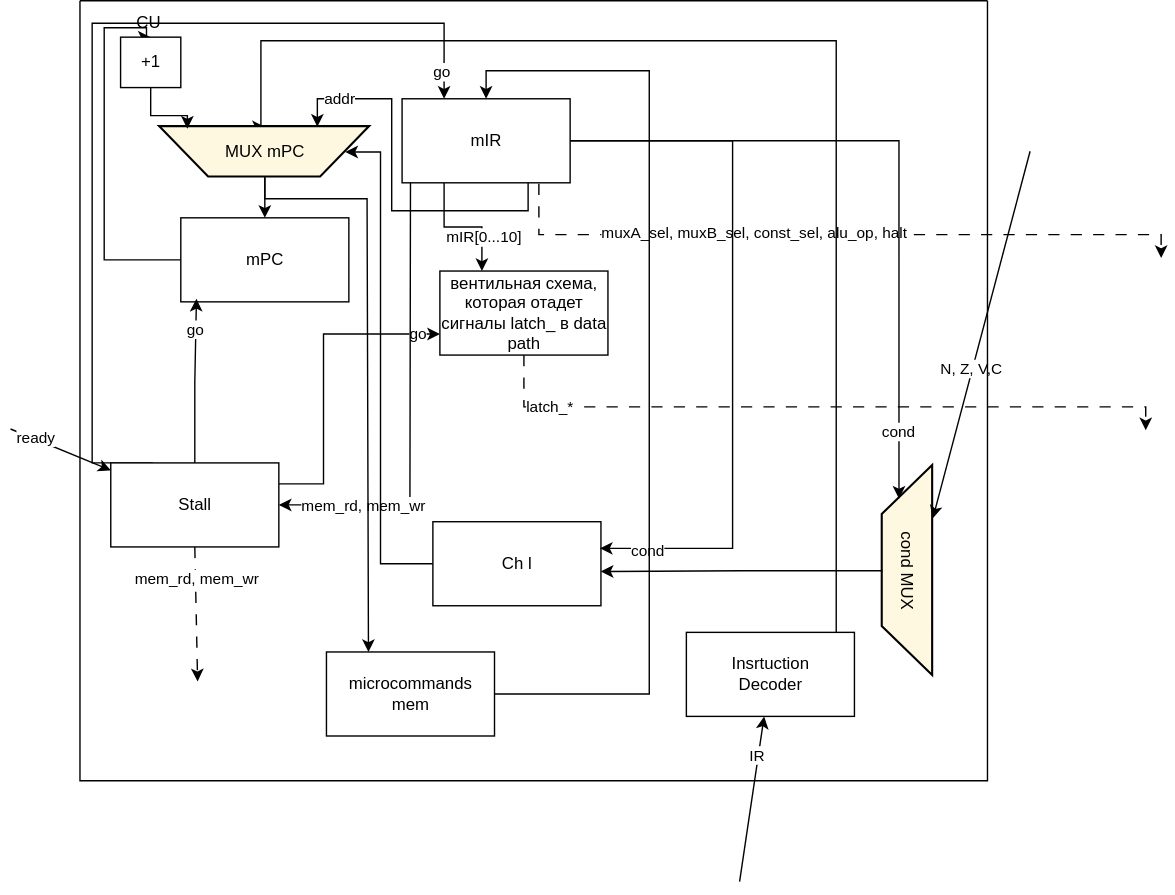
This is docs/scheme-Page-2.drawio.svg from MKoblents/mz, a draw.io export, as it was before one commit. Source tidied: cells renumbered, new cells last; positions are measured from the earlier drawing's top-left corner, leaving out a move shared by most shapes. Its diagram source:
```xml
<mxGraphModel>
  <root>
    <mxCell id="0" />
    <mxCell id="1" parent="0" />
    <mxCell id="2" style="swimlane;startSize=0;" parent="1" vertex="1">
      <mxGeometry x="49.6" width="648" height="557" as="geometry" />
    </mxCell>
    <mxCell id="3" style="edgeStyle=orthogonalEdgeStyle;rounded=0;jettySize=auto;html=1;entryX=0.5;entryY=0;entryDx=0;entryDy=0;defaultLabelBackgroundColor=page;" parent="2" edge="1" source="4" target="18">
      <mxGeometry x="0.15" relative="1" as="geometry">
        <Array as="points">
          <mxPoint x="17.3" y="185" />
          <mxPoint x="17.3" y="19.3" />
          <mxPoint x="47.5" y="19.3" />
          <mxPoint x="47.5" y="26" />
        </Array>
      </mxGeometry>
    </mxCell>
    <mxCell id="4" value="mPC" style="rounded=0;whiteSpace=wrap;html=1;" parent="2" vertex="1">
      <mxGeometry x="72" y="155" width="120" height="60" as="geometry" />
    </mxCell>
    <mxCell id="5" style="edgeStyle=orthogonalEdgeStyle;rounded=0;jettySize=auto;html=1;entryX=0.5;entryY=0;entryDx=0;entryDy=0;defaultLabelBackgroundColor=page;" parent="2" edge="1" source="6" target="13">
      <mxGeometry x="-0.29" relative="1" as="geometry">
        <Array as="points">
          <mxPoint x="406.5" y="495" />
          <mxPoint x="406.5" y="50" />
          <mxPoint x="290" y="50" />
        </Array>
      </mxGeometry>
    </mxCell>
    <mxCell id="6" value="microcommands mem" style="rounded=0;whiteSpace=wrap;html=1;" parent="2" vertex="1">
      <mxGeometry x="176" y="465" width="120" height="60" as="geometry" />
    </mxCell>
    <mxCell id="7" style="edgeStyle=orthogonalEdgeStyle;rounded=0;jettySize=auto;html=1;exitX=0.75;exitY=1;exitDx=0;exitDy=0;entryX=0.75;entryY=0;entryDx=0;entryDy=0;defaultLabelBackgroundColor=page;" parent="2" edge="1" source="13" target="17">
      <mxGeometry relative="1" as="geometry">
        <Array as="points">
          <mxPoint x="320" y="150" />
          <mxPoint x="222.6" y="150" />
          <mxPoint x="222.6" y="70" />
          <mxPoint x="169.5" y="70" />
        </Array>
      </mxGeometry>
    </mxCell>
    <mxCell id="8" value="addr" style="edgeLabel;html=1;align=center;verticalAlign=middle;inheritText=1;defaultLabelBackgroundColor=page;" parent="7" vertex="1">
      <mxGeometry x="0.74" y="-1" relative="1" as="geometry" />
    </mxCell>
    <mxCell id="9" style="edgeStyle=orthogonalEdgeStyle;rounded=0;jettySize=auto;html=1;exitX=0.05;exitY=1.024;exitDx=0;exitDy=0;entryX=1;entryY=0.5;entryDx=0;entryDy=0;defaultLabelBackgroundColor=page;exitPerimeter=0;" parent="2" edge="1" source="13" target="33">
      <mxGeometry x="0.04" relative="1" as="geometry">
        <Array as="points">
          <mxPoint x="236" y="130" />
          <mxPoint x="235.6" y="272" />
        </Array>
      </mxGeometry>
    </mxCell>
    <mxCell id="10" value="mem_rd, mem_wr" style="edgeLabel;html=1;align=center;verticalAlign=middle;inheritText=1;defaultLabelBackgroundColor=page;" parent="9" vertex="1">
      <mxGeometry x="0.89" y="-1" relative="1" as="geometry">
        <mxPoint x="42" y="1" as="offset" />
      </mxGeometry>
    </mxCell>
    <mxCell id="11" style="edgeStyle=orthogonalEdgeStyle;rounded=0;jettySize=auto;html=1;exitX=0.25;exitY=1;exitDx=0;exitDy=0;entryX=0.25;entryY=0;entryDx=0;entryDy=0;defaultLabelBackgroundColor=page;" parent="2" edge="1" source="13" target="36">
      <mxGeometry relative="1" as="geometry" />
    </mxCell>
    <mxCell id="12" value="mIR[0...10]" style="edgeLabel;html=1;align=center;verticalAlign=middle;inheritText=1;defaultLabelBackgroundColor=page;" parent="11" vertex="1">
      <mxGeometry x="0.45" y="1" relative="1" as="geometry" />
    </mxCell>
    <mxCell id="13" value="mIR" style="rounded=0;whiteSpace=wrap;html=1;" parent="2" vertex="1">
      <mxGeometry x="230" y="70" width="120" height="60" as="geometry" />
    </mxCell>
    <mxCell id="14" style="edgeStyle=orthogonalEdgeStyle;rounded=0;jettySize=auto;html=1;entryX=0.5;entryY=0;entryDx=0;entryDy=0;defaultLabelBackgroundColor=page;" parent="2" edge="1" source="15" target="17">
      <mxGeometry x="-0.09" relative="1" as="geometry">
        <Array as="points">
          <mxPoint x="540" y="28.6" />
          <mxPoint x="129.2" y="28.6" />
          <mxPoint x="129.2" y="90" />
        </Array>
      </mxGeometry>
    </mxCell>
    <mxCell id="15" value="Insrtuction&lt;br&gt;Decoder" style="rounded=0;whiteSpace=wrap;html=1;" parent="2" vertex="1">
      <mxGeometry x="433" y="451" width="120" height="60" as="geometry" />
    </mxCell>
    <mxCell id="16" style="edgeStyle=orthogonalEdgeStyle;rounded=0;jettySize=auto;html=1;entryX=0.5;entryY=0;entryDx=0;entryDy=0;defaultLabelBackgroundColor=page;" parent="2" edge="1" source="17" target="4">
      <mxGeometry relative="1" as="geometry" />
    </mxCell>
    <mxCell id="17" value="MUX mPC" style="shape=trapezoid;perimeter=trapezoidPerimeter;whiteSpace=wrap;html=1;fixedSize=1;flipV=1;size=35;fillColor=#FFF8E1;strokeColor=#000000;strokeWidth=1.5;" parent="2" vertex="1">
      <mxGeometry x="57" y="90" width="150" height="36" as="geometry" />
    </mxCell>
    <mxCell id="18" value="+1" style="rounded=0;whiteSpace=wrap;html=1;" parent="2" vertex="1">
      <mxGeometry x="29" y="26" width="43" height="36" as="geometry" />
    </mxCell>
    <mxCell id="19" style="edgeStyle=orthogonalEdgeStyle;rounded=0;jettySize=auto;html=1;entryX=0.131;entryY=0.963;entryDx=0;entryDy=0;entryPerimeter=0;defaultLabelBackgroundColor=page;" parent="2" edge="1" source="18" target="17">
      <mxGeometry relative="1" as="geometry" />
    </mxCell>
    <mxCell id="20" style="edgeStyle=orthogonalEdgeStyle;rounded=0;jettySize=auto;html=1;entryX=0.25;entryY=0;entryDx=0;entryDy=0;defaultLabelBackgroundColor=page;" parent="2" edge="1" source="17" target="6">
      <mxGeometry x="0.04" relative="1" as="geometry">
        <Array as="points">
          <mxPoint x="132" y="141.4" />
          <mxPoint x="205" y="141.4" />
        </Array>
      </mxGeometry>
    </mxCell>
    <mxCell id="21" value="cond MUX" style="shape=trapezoid;perimeter=trapezoidPerimeter;whiteSpace=wrap;html=1;fixedSize=1;flipV=1;size=35;fillColor=#FFF8E1;strokeColor=#000000;strokeWidth=1.5;rotation=90;" parent="2" vertex="1">
      <mxGeometry x="516" y="389" width="150" height="36" as="geometry" />
    </mxCell>
    <mxCell id="22" style="edgeStyle=orthogonalEdgeStyle;rounded=0;jettySize=auto;html=1;entryX=0;entryY=0.75;entryDx=0;entryDy=0;defaultLabelBackgroundColor=page;" parent="2" edge="1" source="13" target="21">
      <mxGeometry x="0.18" relative="1" as="geometry" />
    </mxCell>
    <mxCell id="23" value="cond" style="edgeLabel;html=1;align=center;verticalAlign=middle;inheritText=1;defaultLabelBackgroundColor=page;" parent="22" vertex="1">
      <mxGeometry x="0.8" y="-1" relative="1" as="geometry" />
    </mxCell>
    <mxCell id="24" style="edgeStyle=orthogonalEdgeStyle;rounded=0;jettySize=auto;html=1;entryX=1;entryY=0.5;entryDx=0;entryDy=0;defaultLabelBackgroundColor=page;" parent="2" edge="1" source="25" target="17">
      <mxGeometry x="-0.03" relative="1" as="geometry">
        <Array as="points">
          <mxPoint x="214.6" y="402" />
          <mxPoint x="214.6" y="108" />
        </Array>
      </mxGeometry>
    </mxCell>
    <mxCell id="25" value="Ch l" style="rounded=0;whiteSpace=wrap;html=1;" parent="2" vertex="1">
      <mxGeometry x="252" y="372" width="120" height="60" as="geometry" />
    </mxCell>
    <mxCell id="26" style="edgeStyle=orthogonalEdgeStyle;rounded=0;jettySize=auto;html=1;exitX=0.5;exitY=1;exitDx=0;exitDy=0;entryX=0.999;entryY=0.592;entryDx=0;entryDy=0;entryPerimeter=0;defaultLabelBackgroundColor=page;" parent="2" edge="1" source="21" target="25">
      <mxGeometry relative="1" as="geometry" />
    </mxCell>
    <mxCell id="27" style="edgeStyle=orthogonalEdgeStyle;rounded=0;jettySize=auto;html=1;entryX=0.994;entryY=0.317;entryDx=0;entryDy=0;entryPerimeter=0;defaultLabelBackgroundColor=page;" parent="2" edge="1" source="13" target="25">
      <mxGeometry x="0.06" relative="1" as="geometry">
        <Array as="points">
          <mxPoint x="466" y="100" />
          <mxPoint x="466" y="391" />
        </Array>
      </mxGeometry>
    </mxCell>
    <mxCell id="28" value="cond" style="edgeLabel;html=1;align=center;verticalAlign=middle;inheritText=1;defaultLabelBackgroundColor=page;" parent="27" vertex="1">
      <mxGeometry x="0.87" y="1" relative="1" as="geometry" />
    </mxCell>
    <mxCell id="29" style="edgeStyle=orthogonalEdgeStyle;rounded=0;jettySize=auto;html=1;exitX=0.25;exitY=0;exitDx=0;exitDy=0;entryX=0.25;entryY=0;entryDx=0;entryDy=0;defaultLabelBackgroundColor=page;" parent="2" edge="1" source="33" target="13">
      <mxGeometry x="-0.12" relative="1" as="geometry">
        <Array as="points">
          <mxPoint x="8.7" y="330" />
          <mxPoint x="8.7" y="16.1" />
          <mxPoint x="260" y="16.1" />
        </Array>
      </mxGeometry>
    </mxCell>
    <mxCell id="30" value="go" style="edgeLabel;html=1;align=center;verticalAlign=middle;inheritText=1;defaultLabelBackgroundColor=page;" parent="29" vertex="1">
      <mxGeometry x="0.94" y="-2" relative="1" as="geometry" />
    </mxCell>
    <mxCell id="31" style="edgeStyle=orthogonalEdgeStyle;rounded=0;jettySize=auto;html=1;exitX=1;exitY=0.25;exitDx=0;exitDy=0;entryX=0;entryY=0.75;entryDx=0;entryDy=0;defaultLabelBackgroundColor=page;" parent="2" edge="1" source="33" target="36">
      <mxGeometry relative="1" as="geometry">
        <Array as="points">
          <mxPoint x="173.9" y="345" />
          <mxPoint x="173.9" y="238" />
        </Array>
      </mxGeometry>
    </mxCell>
    <mxCell id="32" value="go" style="edgeLabel;html=1;align=center;verticalAlign=middle;inheritText=1;defaultLabelBackgroundColor=page;" parent="31" vertex="1">
      <mxGeometry x="0.85" y="1" relative="1" as="geometry" />
    </mxCell>
    <mxCell id="33" value="Stall" style="rounded=0;whiteSpace=wrap;html=1;" parent="2" vertex="1">
      <mxGeometry x="22" y="330" width="120" height="60" as="geometry" />
    </mxCell>
    <mxCell id="34" style="edgeStyle=orthogonalEdgeStyle;rounded=0;jettySize=auto;html=1;defaultLabelBackgroundColor=page;strokeColor=light-dark(#000000,#0000CC);dashed=1;dashPattern=8 8;" parent="2" edge="1" source="36">
      <mxGeometry relative="1" as="geometry">
        <mxPoint x="761" y="306.7" as="targetPoint" />
        <Array as="points">
          <mxPoint x="317" y="290" />
          <mxPoint x="761" y="290" />
        </Array>
      </mxGeometry>
    </mxCell>
    <mxCell id="35" value="latch_*" style="edgeLabel;html=1;align=center;verticalAlign=middle;inheritText=1;defaultLabelBackgroundColor=page;" parent="34" vertex="1">
      <mxGeometry x="-0.78" y="1" relative="1" as="geometry" />
    </mxCell>
    <mxCell id="36" value="вентильная схема, которая отадет сигналы latch_ в data path" style="rounded=0;whiteSpace=wrap;html=1;" parent="2" vertex="1">
      <mxGeometry x="257" y="193" width="120" height="60" as="geometry" />
    </mxCell>
    <mxCell id="37" style="edgeStyle=orthogonalEdgeStyle;rounded=0;jettySize=auto;html=1;entryX=0.093;entryY=0.964;entryDx=0;entryDy=0;entryPerimeter=0;defaultLabelBackgroundColor=page;" parent="2" edge="1" source="33" target="4">
      <mxGeometry relative="1" as="geometry" />
    </mxCell>
    <mxCell id="38" value="go" style="edgeLabel;html=1;align=center;verticalAlign=middle;inheritText=1;defaultLabelBackgroundColor=page;" parent="37" vertex="1">
      <mxGeometry x="0.63" y="1" relative="1" as="geometry" />
    </mxCell>
    <mxCell id="39" style="edgeStyle=orthogonalEdgeStyle;rounded=0;jettySize=auto;html=1;defaultLabelBackgroundColor=page;strokeColor=light-dark(#000000,#0000CC);dashed=1;dashPattern=8 8;exitX=0.814;exitY=1.012;exitDx=0;exitDy=0;exitPerimeter=0;" parent="2" edge="1" source="13">
      <mxGeometry relative="1" as="geometry">
        <mxPoint x="772" y="183.7" as="targetPoint" />
        <Array as="points">
          <mxPoint x="327.7" y="167" />
          <mxPoint x="772" y="167" />
        </Array>
      </mxGeometry>
    </mxCell>
    <mxCell id="40" value="&lt;p&gt;muxA_sel,&amp;nbsp;&lt;span style=&quot;background-color: transparent;&quot;&gt;muxB_sel, const_sel, alu_op, halt&lt;/span&gt;&lt;/p&gt;" style="edgeLabel;html=1;align=center;verticalAlign=middle;inheritText=fontFamily,fontSize,fontStyle,textOpacity,labelBorderColor,labelBorderWidth,labelBackgroundColor,defaultLabelBackgroundColor,labelPadding;defaultLabelBackgroundColor=page;fontColor=light-dark(#000000,#FFD966);" parent="39" vertex="1">
      <mxGeometry x="-0.78" y="1" relative="1" as="geometry">
        <mxPoint x="134" y="-1" as="offset" />
      </mxGeometry>
    </mxCell>
    <mxCell id="41" style="endArrow=classic;html=1;rounded=0;defaultLabelBackgroundColor=page;exitX=0.5;exitY=1;exitDx=0;exitDy=0;dashed=1;dashPattern=8 8;strokeColor=light-dark(#000000,#0000CC);" parent="2" edge="1" source="33">
      <mxGeometry relative="1" as="geometry">
        <mxPoint x="84" y="486" as="targetPoint" />
      </mxGeometry>
    </mxCell>
    <mxCell id="42" value="mem_rd, mem_wr" style="edgeLabel;html=1;align=center;verticalAlign=middle;inheritText=fontFamily,fontSize,fontStyle,textOpacity,labelBorderColor,labelBorderWidth,labelBackgroundColor,defaultLabelBackgroundColor,labelPadding;defaultLabelBackgroundColor=page;fontColor=light-dark(#000000,#FFD966);" parent="41" vertex="1">
      <mxGeometry x="-0.52" relative="1" as="geometry" />
    </mxCell>
    <mxCell id="43" style="endArrow=classic;html=1;rounded=0;defaultLabelBackgroundColor=page;" parent="1" edge="1" target="15">
      <mxGeometry relative="1" as="geometry">
        <mxPoint x="520.6" y="629" as="sourcePoint" />
      </mxGeometry>
    </mxCell>
    <mxCell id="44" value="IR" style="edgeLabel;html=1;align=center;verticalAlign=middle;inheritText=1;defaultLabelBackgroundColor=page;" parent="43" vertex="1">
      <mxGeometry x="0.53" y="1" relative="1" as="geometry" />
    </mxCell>
    <mxCell id="45" style="endArrow=classic;html=1;rounded=0;defaultLabelBackgroundColor=page;entryX=0.25;entryY=0;entryDx=0;entryDy=0;" parent="1" edge="1" target="21">
      <mxGeometry relative="1" as="geometry">
        <mxPoint x="728" y="107.5" as="sourcePoint" />
      </mxGeometry>
    </mxCell>
    <mxCell id="46" value="N, Z, V,C" style="edgeLabel;html=1;align=center;verticalAlign=middle;inheritText=1;defaultLabelBackgroundColor=page;" parent="45" vertex="1">
      <mxGeometry x="0.19" y="-1" relative="1" as="geometry" />
    </mxCell>
    <mxCell id="47" style="endArrow=classic;html=1;rounded=0;defaultLabelBackgroundColor=page;" parent="1" edge="1" target="33">
      <mxGeometry relative="1" as="geometry">
        <mxPoint y="305.8" as="sourcePoint" />
      </mxGeometry>
    </mxCell>
    <mxCell id="48" value="ready" style="edgeLabel;html=1;align=center;verticalAlign=middle;inheritText=1;defaultLabelBackgroundColor=page;" parent="47" vertex="1">
      <mxGeometry x="-0.54" y="1" relative="1" as="geometry" />
    </mxCell>
    <mxCell id="49" value="CU" style="text;html=1;whiteSpace=wrap;strokeColor=none;fillColor=none;align=center;verticalAlign=middle;rounded=0;" parent="1" vertex="1">
      <mxGeometry x="68.6" y="1" width="60" height="30" as="geometry" />
    </mxCell>
  </root>
</mxGraphModel>
```
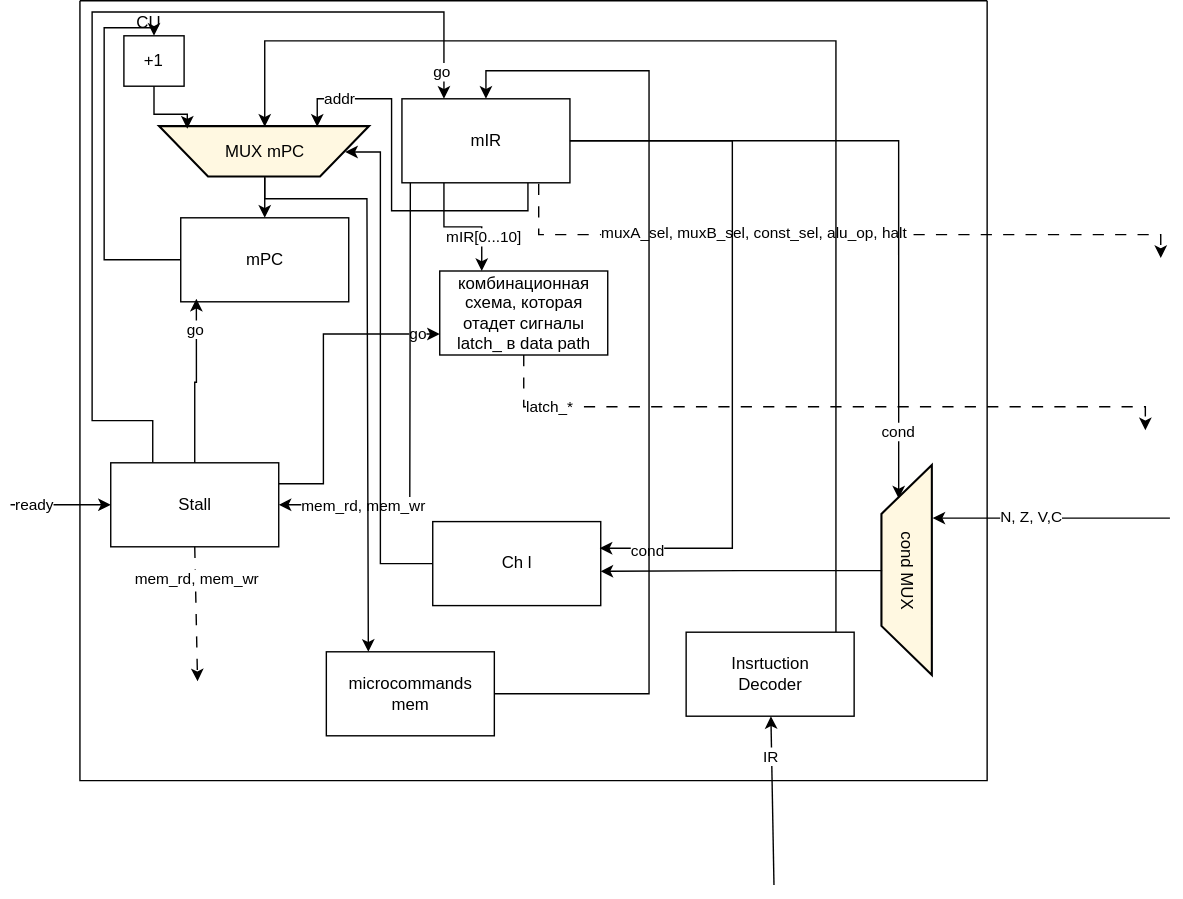
After the commit.

Commit message:
scheme corrected

Change to the diagram source:
```diff
@@ -10,8 +10,7 @@
         <Array as="points">
           <mxPoint x="17.3" y="185" />
           <mxPoint x="17.3" y="19.3" />
-          <mxPoint x="47.5" y="19.3" />
-          <mxPoint x="47.5" y="26" />
+          <mxPoint x="52.9" y="19.3" />
         </Array>
       </mxGeometry>
     </mxCell>
@@ -69,8 +68,7 @@
       <mxGeometry x="-0.09" relative="1" as="geometry">
         <Array as="points">
           <mxPoint x="540" y="28.6" />
-          <mxPoint x="129.2" y="28.6" />
-          <mxPoint x="129.2" y="90" />
+          <mxPoint x="132" y="28.6" />
         </Array>
       </mxGeometry>
     </mxCell>
@@ -84,7 +82,7 @@
       <mxGeometry x="57" y="90" width="150" height="36" as="geometry" />
     </mxCell>
     <mxCell id="18" value="+1" style="rounded=0;whiteSpace=wrap;html=1;" parent="2" vertex="1">
-      <mxGeometry x="29" y="26" width="43" height="36" as="geometry" />
+      <mxGeometry x="31.4" y="25" width="43" height="36" as="geometry" />
     </mxCell>
     <mxCell id="19" style="edgeStyle=orthogonalEdgeStyle;rounded=0;jettySize=auto;html=1;entryX=0.131;entryY=0.963;entryDx=0;entryDy=0;entryPerimeter=0;defaultLabelBackgroundColor=page;" parent="2" edge="1" source="18" target="17">
       <mxGeometry relative="1" as="geometry" />
@@ -132,11 +130,12 @@
       <mxGeometry x="0.87" y="1" relative="1" as="geometry" />
     </mxCell>
     <mxCell id="29" style="edgeStyle=orthogonalEdgeStyle;rounded=0;jettySize=auto;html=1;exitX=0.25;exitY=0;exitDx=0;exitDy=0;entryX=0.25;entryY=0;entryDx=0;entryDy=0;defaultLabelBackgroundColor=page;" parent="2" edge="1" source="33" target="13">
-      <mxGeometry x="-0.12" relative="1" as="geometry">
+      <mxGeometry x="-0.14" relative="1" as="geometry">
         <Array as="points">
-          <mxPoint x="8.7" y="330" />
-          <mxPoint x="8.7" y="16.1" />
-          <mxPoint x="260" y="16.1" />
+          <mxPoint x="52" y="299.9" />
+          <mxPoint x="8.7" y="299.9" />
+          <mxPoint x="8.7" y="8" />
+          <mxPoint x="260" y="8" />
         </Array>
       </mxGeometry>
     </mxCell>
@@ -169,7 +168,7 @@
     <mxCell id="35" value="latch_*" style="edgeLabel;html=1;align=center;verticalAlign=middle;inheritText=1;defaultLabelBackgroundColor=page;" parent="34" vertex="1">
       <mxGeometry x="-0.78" y="1" relative="1" as="geometry" />
     </mxCell>
-    <mxCell id="36" value="вентильная схема, которая отадет сигналы latch_ в data path" style="rounded=0;whiteSpace=wrap;html=1;" parent="2" vertex="1">
+    <mxCell id="36" value="комбинационная схема, которая отадет сигналы latch_ в data path" style="rounded=0;whiteSpace=wrap;html=1;" parent="2" vertex="1">
       <mxGeometry x="257" y="193" width="120" height="60" as="geometry" />
     </mxCell>
     <mxCell id="37" style="edgeStyle=orthogonalEdgeStyle;rounded=0;jettySize=auto;html=1;entryX=0.093;entryY=0.964;entryDx=0;entryDy=0;entryPerimeter=0;defaultLabelBackgroundColor=page;" parent="2" edge="1" source="33" target="4">
@@ -202,7 +201,7 @@
     </mxCell>
     <mxCell id="43" style="endArrow=classic;html=1;rounded=0;defaultLabelBackgroundColor=page;" parent="1" edge="1" target="15">
       <mxGeometry relative="1" as="geometry">
-        <mxPoint x="520.6" y="629" as="sourcePoint" />
+        <mxPoint x="545.3" y="631.6" as="sourcePoint" />
       </mxGeometry>
     </mxCell>
     <mxCell id="44" value="IR" style="edgeLabel;html=1;align=center;verticalAlign=middle;inheritText=1;defaultLabelBackgroundColor=page;" parent="43" vertex="1">
@@ -210,7 +209,7 @@
     </mxCell>
     <mxCell id="45" style="endArrow=classic;html=1;rounded=0;defaultLabelBackgroundColor=page;entryX=0.25;entryY=0;entryDx=0;entryDy=0;" parent="1" edge="1" target="21">
       <mxGeometry relative="1" as="geometry">
-        <mxPoint x="728" y="107.5" as="sourcePoint" />
+        <mxPoint x="828.2" y="369.5" as="sourcePoint" />
       </mxGeometry>
     </mxCell>
     <mxCell id="46" value="N, Z, V,C" style="edgeLabel;html=1;align=center;verticalAlign=middle;inheritText=1;defaultLabelBackgroundColor=page;" parent="45" vertex="1">
@@ -218,7 +217,7 @@
     </mxCell>
     <mxCell id="47" style="endArrow=classic;html=1;rounded=0;defaultLabelBackgroundColor=page;" parent="1" edge="1" target="33">
       <mxGeometry relative="1" as="geometry">
-        <mxPoint y="305.8" as="sourcePoint" />
+        <mxPoint y="360" as="sourcePoint" />
       </mxGeometry>
     </mxCell>
     <mxCell id="48" value="ready" style="edgeLabel;html=1;align=center;verticalAlign=middle;inheritText=1;defaultLabelBackgroundColor=page;" parent="47" vertex="1">
```
